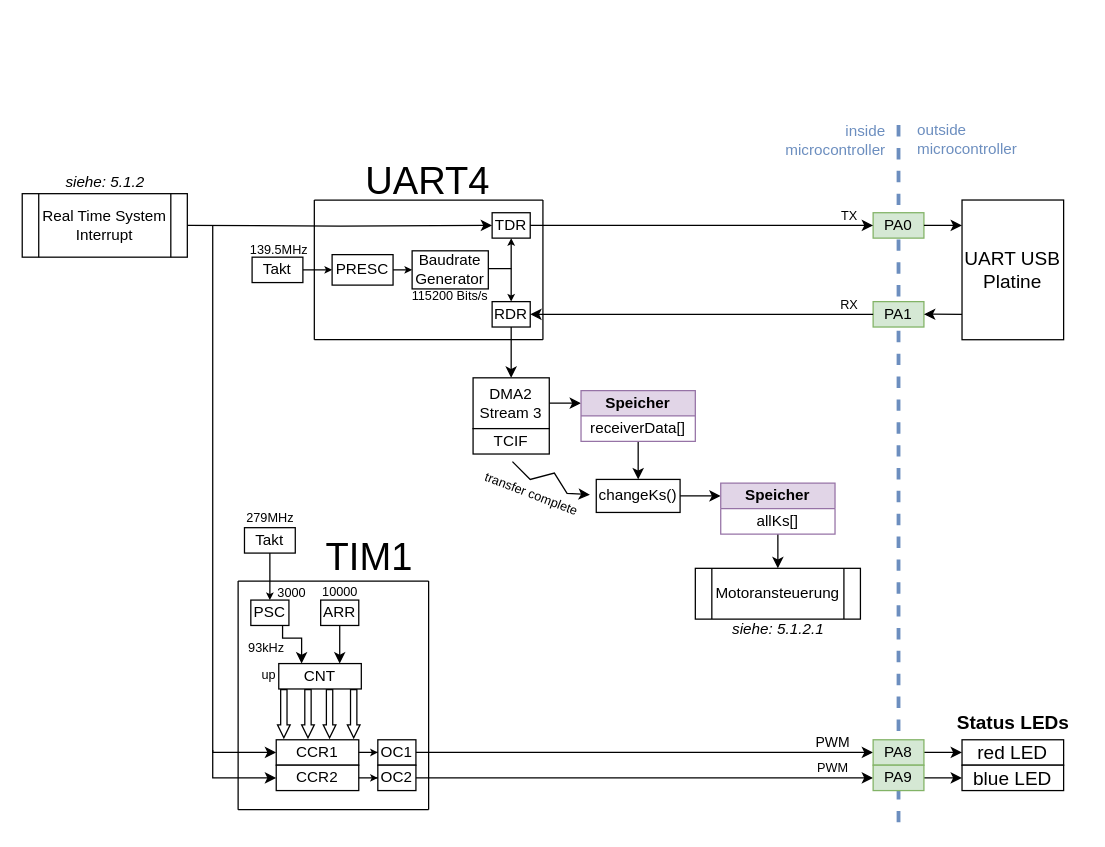
FrogMoment/FPV_Drohne_202324 keeps this draw.io diagram as page "Terminal + Status" (5 of 5) of Dokumentation/Bilder/Softwarearchitektur/Softwarearchitektur.drawio. Above is the earlier version. Source tidied: cells renumbered, new cells numbered last; positions are measured from the earlier drawing's top-left corner, leaving out a move shared by most shapes. Both pictures are drawn from the tidied source at 127%, with x=0, y=0 at pixel (22, 113).
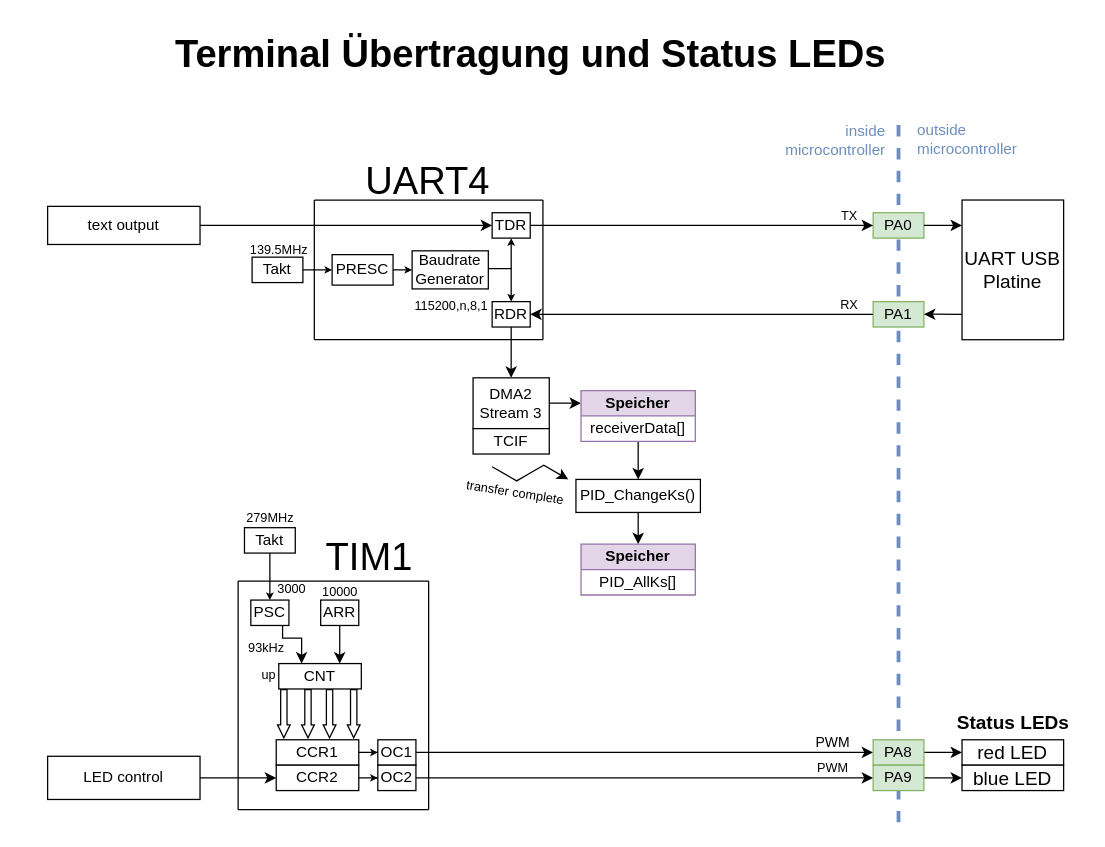
The same diagram, later.

Unchanged cells that the change refers to:
```xml
<mxCell id="6" value="TDR" style="rounded=0;whiteSpace=wrap;html=1;" parent="1" vertex="1">
  <mxGeometry x="370" y="78" width="30" height="20" as="geometry" />
</mxCell>
```

Diff of the diagram source:
```diff
@@
-    <mxCell id="3" style="edgeStyle=orthogonalEdgeStyle;rounded=0;jettySize=auto;html=1;entryX=0;entryY=0.5;entryDx=0;entryDy=0;exitX=1;exitY=0.5;exitDx=0;exitDy=0;" parent="1" edge="1" target="6">
-      <mxGeometry relative="1" as="geometry">
-        <mxPoint x="130" y="88" as="sourcePoint" />
-      </mxGeometry>
+    <mxCell id="3" style="edgeStyle=orthogonalEdgeStyle;rounded=0;jettySize=auto;html=1;entryX=0;entryY=0.5;entryDx=0;entryDy=0;exitX=1;exitY=0.5;exitDx=0;exitDy=0;" parent="1" edge="1" source="91" target="6">
+      <mxGeometry relative="1" as="geometry" />
     </mxCell>
@@
-    <mxCell id="8" value="&lt;p style=&quot;line-height: 100%;&quot;&gt;&lt;/p&gt;&lt;div style=&quot;&quot;&gt;&lt;span style=&quot;font-size: 10px;&quot;&gt;115200 Bits/s&lt;/span&gt;&lt;/div&gt;&lt;p&gt;&lt;/p&gt;" style="text;html=1;align=right;verticalAlign=middle;strokeColor=none;fillColor=none;" parent="1" vertex="1">
-      <mxGeometry x="288" y="118" width="80" height="50" as="geometry" />
+    <mxCell id="8" value="&lt;p style=&quot;line-height: 100%;&quot;&gt;&lt;/p&gt;&lt;div style=&quot;&quot;&gt;&lt;span style=&quot;font-size: 10px;&quot;&gt;115200,n,8,1&lt;/span&gt;&lt;/div&gt;&lt;p&gt;&lt;/p&gt;" style="text;html=1;align=right;verticalAlign=middle;strokeColor=none;fillColor=none;" parent="1" vertex="1">
+      <mxGeometry x="288" y="126" width="80" height="50" as="geometry" />
     </mxCell>
@@
-    <mxCell id="35" style="edgeStyle=orthogonalEdgeStyle;rounded=0;jettySize=auto;html=1;entryX=0;entryY=0.25;entryDx=0;entryDy=0;" parent="1" edge="1" source="36" target="41">
+    <mxCell id="35" style="edgeStyle=orthogonalEdgeStyle;rounded=0;jettySize=auto;html=1;entryX=0.5;entryY=0;entryDx=0;entryDy=0;" parent="1" edge="1" source="36" target="41">
       <mxGeometry relative="1" as="geometry" />
     </mxCell>
-    <mxCell id="36" value="changeKs()" style="whiteSpace=wrap;html=1;" parent="1" vertex="1">
-      <mxGeometry x="452" y="288" width="66" height="26" as="geometry" />
+    <mxCell id="36" value="PID_ChangeKs()" style="whiteSpace=wrap;html=1;" parent="1" vertex="1">
+      <mxGeometry x="436" y="288" width="98" height="26" as="geometry" />
     </mxCell>
@@
-    <mxCell id="38" style="endArrow=classic;html=1;rounded=0;" parent="1" edge="1">
-      <mxGeometry relative="1" as="geometry">
-        <mxPoint x="386" y="274" as="sourcePoint" />
-        <mxPoint x="447" y="300" as="targetPoint" />
-        <Array as="points">
-          <mxPoint x="400" y="288" />
-          <mxPoint x="419" y="283" />
-          <mxPoint x="429" y="299" />
-        </Array>
-      </mxGeometry>
-    </mxCell>
-    <mxCell id="39" value="&lt;font style=&quot;font-size: 10px;&quot;&gt;transfer complete&lt;/font&gt;" style="text;html=1;align=center;verticalAlign=middle;strokeColor=none;fillColor=none;rotation=21;" parent="1" vertex="1">
-      <mxGeometry x="351" y="284" width="100" height="30" as="geometry" />
+    <mxCell id="39" value="&lt;font style=&quot;font-size: 10px;&quot;&gt;transfer complete&lt;/font&gt;" style="text;html=1;align=center;verticalAlign=middle;strokeColor=none;fillColor=none;rotation=9;" parent="1" vertex="1">
+      <mxGeometry x="338" y="283" width="100" height="30" as="geometry" />
     </mxCell>
-    <mxCell id="40" style="edgeStyle=orthogonalEdgeStyle;rounded=0;jettySize=auto;html=1;entryX=0.5;entryY=0;entryDx=0;entryDy=0;" parent="1" edge="1" source="41" target="43">
-      <mxGeometry relative="1" as="geometry" />
-    </mxCell>
     <mxCell id="41" value="&lt;b&gt;Speicher&lt;/b&gt;" style="swimlane;fontStyle=0;horizontal=1;startSize=20;whiteSpace=wrap;html=1;fillColor=#e1d5e7;strokeColor=#9673a6;" parent="1" vertex="1">
-      <mxGeometry x="550" y="291" width="90" height="40" as="geometry" />
+      <mxGeometry x="440" y="339" width="90" height="40" as="geometry" />
     </mxCell>
-    <mxCell id="42" value="&lt;font style=&quot;font-size: 12px;&quot;&gt;allKs[]&lt;/font&gt;" style="text;strokeColor=none;fillColor=none;align=center;verticalAlign=middle;spacingLeft=4;spacingRight=4;overflow=hidden;whiteSpace=wrap;html=1;" parent="41" vertex="1">
+    <mxCell id="42" value="&lt;font style=&quot;font-size: 12px;&quot;&gt;PID_AllKs[]&lt;/font&gt;" style="text;strokeColor=none;fillColor=none;align=center;verticalAlign=middle;spacingLeft=4;spacingRight=4;overflow=hidden;whiteSpace=wrap;html=1;" parent="41" vertex="1">
       <mxGeometry y="20" width="90" height="20" as="geometry" />
     </mxCell>
-    <mxCell id="43" value="Motoransteuerung" style="shape=process;whiteSpace=wrap;html=1;backgroundOutline=1;" parent="1" vertex="1">
-      <mxGeometry x="530" y="358" width="130" height="40" as="geometry" />
-    </mxCell>
-    <mxCell id="44" value="&lt;i&gt;siehe: 5.1.2.1&lt;/i&gt;" style="text;html=1;align=center;verticalAlign=middle;strokeColor=none;fillColor=none;" parent="1" vertex="1">
-      <mxGeometry x="545" y="391" width="100" height="30" as="geometry" />
-    </mxCell>
@@
     <mxCell id="54" value="&lt;font color=&quot;#000000&quot;&gt;3000&lt;/font&gt;" style="text;html=1;align=center;verticalAlign=middle;strokeColor=none;fillColor=none;fontSize=10;fontColor=#FFFF00;" parent="1" vertex="1">
-      <mxGeometry x="187" y="362" width="50" height="30" as="geometry" />
+      <mxGeometry x="187" y="359" width="50" height="30" as="geometry" />
     </mxCell>
@@
-    <mxCell id="75" style="endArrow=classic;html=1;rounded=0;" parent="1" edge="1">
-      <mxGeometry relative="1" as="geometry">
-        <mxPoint x="150" y="88" as="sourcePoint" />
-        <mxPoint x="200" y="503" as="targetPoint" />
-        <Array as="points">
-          <mxPoint x="150" y="503" />
-        </Array>
-      </mxGeometry>
-    </mxCell>
-    <mxCell id="76" style="endArrow=classic;html=1;rounded=0;" parent="1" edge="1">
+    <mxCell id="76" style="endArrow=classic;html=1;rounded=0;exitX=1;exitY=0.5;exitDx=0;exitDy=0;" parent="1" edge="1" source="92">
       <mxGeometry relative="1" as="geometry">
-        <mxPoint x="150" y="501" as="sourcePoint" />
         <mxPoint x="200" y="523" as="targetPoint" />
         <Array as="points">
           <mxPoint x="150" y="523" />
         </Array>
       </mxGeometry>
     </mxCell>
@@
-    <mxCell id="87" value="Real Time System&lt;br&gt;Interrupt" style="shape=process;whiteSpace=wrap;html=1;backgroundOutline=1;" parent="1" vertex="1">
-      <mxGeometry y="63" width="130" height="50" as="geometry" />
-    </mxCell>
-    <mxCell id="88" value="&lt;i&gt;siehe: 5.1.2&lt;/i&gt;" style="text;html=1;align=center;verticalAlign=middle;strokeColor=none;fillColor=none;" parent="1" vertex="1">
-      <mxGeometry x="20" y="39" width="90" height="30" as="geometry" />
-    </mxCell>
+    <mxCell id="89" value="&lt;b&gt;&lt;font style=&quot;font-size: 30px;&quot;&gt;Terminal Übertragung und Status LEDs&lt;/font&gt;&lt;/b&gt;" style="text;html=1;align=center;verticalAlign=middle;strokeColor=none;fillColor=none;" parent="1" vertex="1">
+      <mxGeometry x="110" y="-72" width="580" height="50" as="geometry" />
+    </mxCell>
+    <mxCell id="90" style="edgeStyle=isometricEdgeStyle;endArrow=classic;html=1;elbow=vertical;rounded=0;endFill=1;" parent="1" edge="1">
+      <mxGeometry relative="1" as="geometry">
+        <mxPoint x="370" y="278" as="sourcePoint" />
+        <mxPoint x="430" y="288" as="targetPoint" />
+      </mxGeometry>
+    </mxCell>
+    <mxCell id="91" value="text output" style="rounded=0;whiteSpace=wrap;html=1;" parent="1" vertex="1">
+      <mxGeometry x="20" y="73" width="120" height="30" as="geometry" />
+    </mxCell>
+    <mxCell id="92" value="LED control" style="rounded=0;whiteSpace=wrap;html=1;" parent="1" vertex="1">
+      <mxGeometry x="20" y="506" width="120" height="34" as="geometry" />
+    </mxCell>
```
